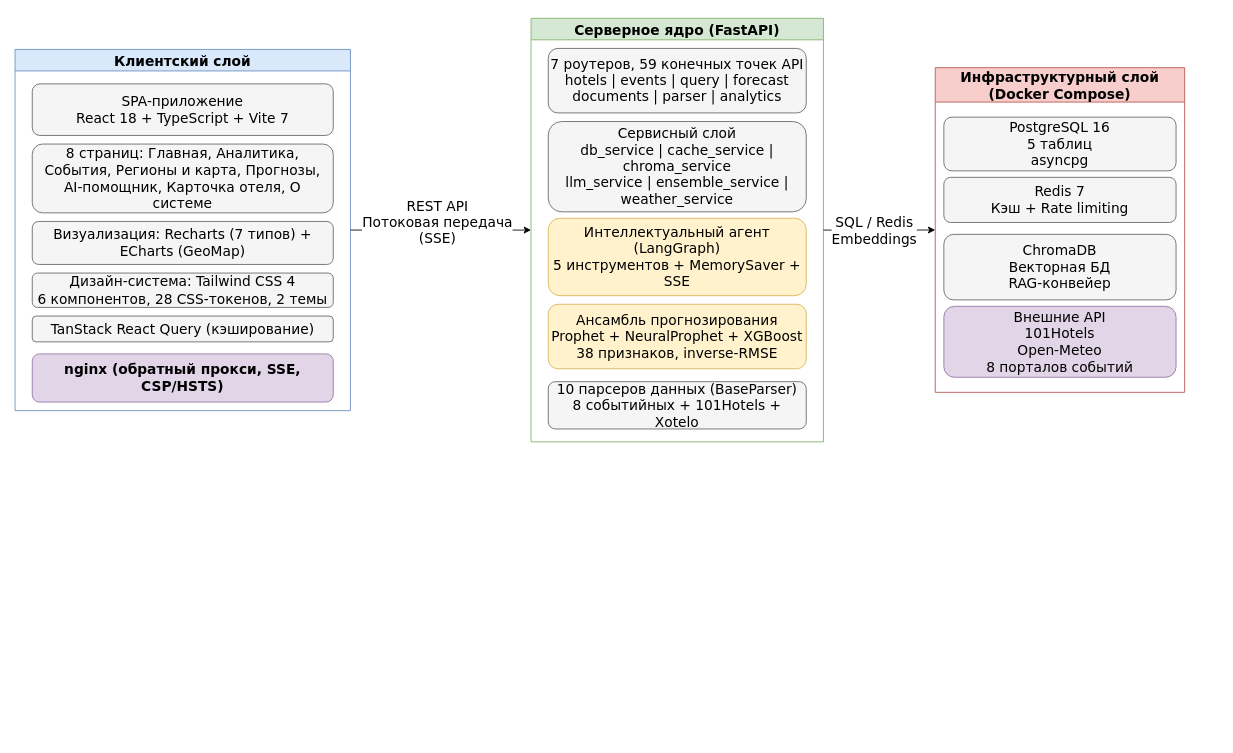
Before: docs/vkr/figures/figure_1_architecture.drawio in Vad1mah/irkutsk-tourism-ias, a draw.io diagram. Source tidied: cells renumbered, new cells numbered last; positions are measured from the earlier drawing's top-left corner, leaving out a move shared by most shapes. Both pictures are drawn from the tidied source at 86%, with x=0, y=0 at pixel (15, 18).
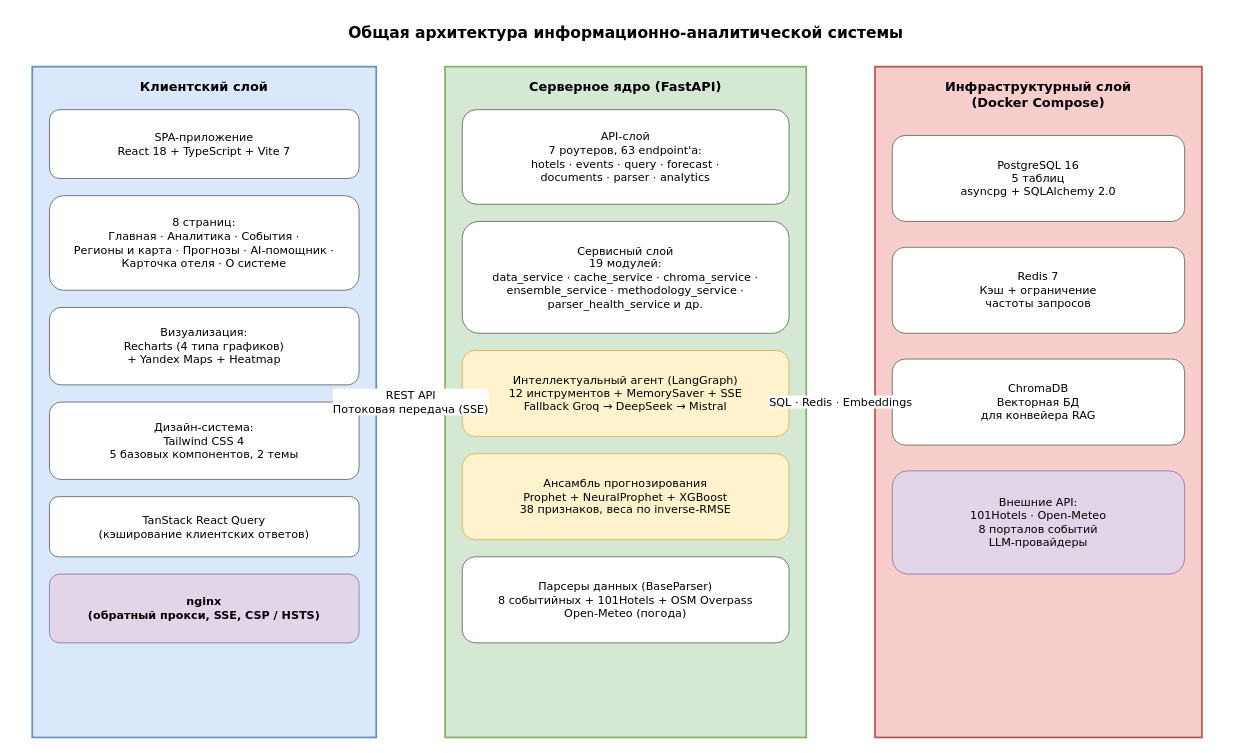
After the change.

The edit, as a diff of the source:
```diff
@@
+    <mxCell id="24" value="Общая архитектура информационно-аналитической системы" style="text;html=1;align=center;verticalAlign=middle;fontFamily=Verdana;fontSize=18;fontStyle=1;fillColor=none;strokeColor=none;" parent="1" vertex="1">
+      <mxGeometry x="20" y="-4" width="1380" height="40" as="geometry" />
+    </mxCell>
-    <mxCell id="2" value="Клиентский слой" style="swimlane;startSize=25;fillColor=#dae8fc;strokeColor=#6c8ebf;fontStyle=1;fontSize=16;fontFamily=Verdana;" parent="1" vertex="1">
-      <mxGeometry y="36" width="390" height="420" as="geometry" />
+    <mxCell id="2" value="Клиентский слой" style="rounded=0;whiteSpace=wrap;html=1;fillColor=#dae8fc;strokeColor=#6c8ebf;strokeWidth=2;verticalAlign=top;align=center;fontFamily=Verdana;fontSize=15;fontStyle=1;spacingTop=8;" parent="1" vertex="1">
+      <mxGeometry x="20" y="56" width="400" height="780" as="geometry" />
     </mxCell>
-    <mxCell id="3" value="SPA-приложение&#10;React 18 + TypeScript + Vite 7" style="rounded=1;whiteSpace=wrap;html=1;fillColor=#f5f5f5;strokeColor=#666666;fontFamily=Verdana;fontSize=16;" parent="2" vertex="1">
-      <mxGeometry x="20" y="40" width="350" height="60" as="geometry" />
+    <mxCell id="3" value="SPA-приложение&#10;React 18 + TypeScript + Vite 7" style="rounded=1;whiteSpace=wrap;html=1;fillColor=#ffffff;strokeColor=#666666;fontFamily=Verdana;fontSize=13;align=center;verticalAlign=middle;" parent="1" vertex="1">
+      <mxGeometry x="40" y="106" width="360" height="80" as="geometry" />
     </mxCell>
-    <mxCell id="4" value="8 страниц: Главная, Аналитика,&#10;События, Регионы и карта, Прогнозы,&#10;AI-помощник, Карточка отеля, О системе" style="rounded=1;whiteSpace=wrap;html=1;fillColor=#f5f5f5;strokeColor=#666666;fontFamily=Verdana;fontSize=16;" parent="2" vertex="1">
-      <mxGeometry x="20" y="110" width="350" height="80" as="geometry" />
+    <mxCell id="4" value="8 страниц:&#10;Главная · Аналитика · События ·&#10;Регионы и карта · Прогнозы · AI-помощник ·&#10;Карточка отеля · О системе" style="rounded=1;whiteSpace=wrap;html=1;fillColor=#ffffff;strokeColor=#666666;fontFamily=Verdana;fontSize=13;align=center;verticalAlign=middle;" parent="1" vertex="1">
+      <mxGeometry x="40" y="206" width="360" height="110" as="geometry" />
     </mxCell>
-    <mxCell id="5" value="Визуализация: Recharts (7 типов) + ECharts (GeoMap)" style="rounded=1;whiteSpace=wrap;html=1;fillColor=#f5f5f5;strokeColor=#666666;fontFamily=Verdana;fontSize=16;" parent="2" vertex="1">
-      <mxGeometry x="20" y="200" width="350" height="50" as="geometry" />
+    <mxCell id="5" value="Визуализация:&#10;Recharts (4 типа графиков)&#10;+ Yandex Maps + Heatmap" style="rounded=1;whiteSpace=wrap;html=1;fillColor=#ffffff;strokeColor=#666666;fontFamily=Verdana;fontSize=13;align=center;verticalAlign=middle;" parent="1" vertex="1">
+      <mxGeometry x="40" y="336" width="360" height="90" as="geometry" />
     </mxCell>
-    <mxCell id="6" value="Дизайн-система: Tailwind CSS 4&#10;6 компонентов, 28 CSS-токенов, 2 темы" style="rounded=1;whiteSpace=wrap;html=1;fillColor=#f5f5f5;strokeColor=#666666;fontFamily=Verdana;fontSize=16;" parent="2" vertex="1">
-      <mxGeometry x="20" y="260" width="350" height="40" as="geometry" />
+    <mxCell id="6" value="Дизайн-система:&#10;Tailwind CSS 4&#10;5 базовых компонентов, 2 темы" style="rounded=1;whiteSpace=wrap;html=1;fillColor=#ffffff;strokeColor=#666666;fontFamily=Verdana;fontSize=13;align=center;verticalAlign=middle;" parent="1" vertex="1">
+      <mxGeometry x="40" y="446" width="360" height="90" as="geometry" />
     </mxCell>
-    <mxCell id="7" value="TanStack React Query (кэширование)" style="rounded=1;whiteSpace=wrap;html=1;fillColor=#f5f5f5;strokeColor=#666666;fontFamily=Verdana;fontSize=16;" parent="2" vertex="1">
-      <mxGeometry x="20" y="310" width="350" height="30" as="geometry" />
+    <mxCell id="7" value="TanStack React Query&#10;(кэширование клиентских ответов)" style="rounded=1;whiteSpace=wrap;html=1;fillColor=#ffffff;strokeColor=#666666;fontFamily=Verdana;fontSize=13;align=center;verticalAlign=middle;" parent="1" vertex="1">
+      <mxGeometry x="40" y="556" width="360" height="70" as="geometry" />
     </mxCell>
-    <mxCell id="8" value="nginx (обратный прокси, SSE, CSP/HSTS)" style="rounded=1;whiteSpace=wrap;html=1;fillColor=#e1d5e7;strokeColor=#9673a6;fontFamily=Verdana;fontSize=16;fontStyle=1;" parent="2" vertex="1">
-      <mxGeometry x="20" y="354" width="350" height="56" as="geometry" />
+    <mxCell id="8" value="nginx&#10;(обратный прокси, SSE, CSP / HSTS)" style="rounded=1;whiteSpace=wrap;html=1;fillColor=#e1d5e7;strokeColor=#9673a6;fontFamily=Verdana;fontSize=13;fontStyle=1;align=center;verticalAlign=middle;" parent="1" vertex="1">
+      <mxGeometry x="40" y="646" width="360" height="80" as="geometry" />
     </mxCell>
-    <mxCell id="9" value="Серверное ядро (FastAPI)" style="swimlane;startSize=25;fillColor=#d5e8d4;strokeColor=#82b366;fontStyle=1;fontSize=16;fontFamily=Verdana;" parent="1" vertex="1">
-      <mxGeometry x="600" y="-0.2" width="340" height="492.5" as="geometry" />
+    <mxCell id="9" value="Серверное ядро (FastAPI)" style="rounded=0;whiteSpace=wrap;html=1;fillColor=#d5e8d4;strokeColor=#82b366;strokeWidth=2;verticalAlign=top;align=center;fontFamily=Verdana;fontSize=15;fontStyle=1;spacingTop=8;" parent="1" vertex="1">
+      <mxGeometry x="500" y="56" width="420" height="780" as="geometry" />
     </mxCell>
-    <mxCell id="10" value="7 роутеров, 59 конечных точек API&#10;hotels | events | query | forecast&#10;documents | parser | analytics" style="rounded=1;whiteSpace=wrap;html=1;fillColor=#f5f5f5;strokeColor=#666666;fontFamily=Verdana;fontSize=16;" parent="9" vertex="1">
-      <mxGeometry x="20" y="35" width="300" height="75" as="geometry" />
+    <mxCell id="10" value="API-слой&#10;7 роутеров, 63 endpoint'а:&#10;hotels · events · query · forecast ·&#10;documents · parser · analytics" style="rounded=1;whiteSpace=wrap;html=1;fillColor=#ffffff;strokeColor=#666666;fontFamily=Verdana;fontSize=13;align=center;verticalAlign=middle;" parent="1" vertex="1">
+      <mxGeometry x="520" y="106" width="380" height="110" as="geometry" />
     </mxCell>
-    <mxCell id="11" value="Сервисный слой&#10;db_service | cache_service | chroma_service&#10;llm_service | ensemble_service | weather_service" style="rounded=1;whiteSpace=wrap;html=1;fillColor=#f5f5f5;strokeColor=#666666;fontFamily=Verdana;fontSize=16;" parent="9" vertex="1">
-      <mxGeometry x="20" y="120" width="300" height="105" as="geometry" />
+    <mxCell id="11" value="Сервисный слой&#10;19 модулей:&#10;data_service · cache_service · chroma_service ·&#10;ensemble_service · methodology_service ·&#10;parser_health_service и др." style="rounded=1;whiteSpace=wrap;html=1;fillColor=#ffffff;strokeColor=#666666;fontFamily=Verdana;fontSize=13;align=center;verticalAlign=middle;" parent="1" vertex="1">
+      <mxGeometry x="520" y="236" width="380" height="130" as="geometry" />
     </mxCell>
-    <mxCell id="12" value="Интеллектуальный агент (LangGraph)&#10;5 инструментов + MemorySaver + SSE" style="rounded=1;whiteSpace=wrap;html=1;fillColor=#fff2cc;strokeColor=#d6b656;fontFamily=Verdana;fontSize=16;" parent="9" vertex="1">
-      <mxGeometry x="20" y="232.5" width="300" height="90" as="geometry" />
+    <mxCell id="12" value="Интеллектуальный агент (LangGraph)&#10;12 инструментов + MemorySaver + SSE&#10;Fallback Groq → DeepSeek → Mistral" style="rounded=1;whiteSpace=wrap;html=1;fillColor=#fff2cc;strokeColor=#d6b656;fontFamily=Verdana;fontSize=13;align=center;verticalAlign=middle;" parent="1" vertex="1">
+      <mxGeometry x="520" y="386" width="380" height="100" as="geometry" />
     </mxCell>
-    <mxCell id="13" value="Ансамбль прогнозирования&#10;Prophet + NeuralProphet + XGBoost&#10;38 признаков, inverse-RMSE" style="rounded=1;whiteSpace=wrap;html=1;fillColor=#fff2cc;strokeColor=#d6b656;fontFamily=Verdana;fontSize=16;" parent="9" vertex="1">
-      <mxGeometry x="20" y="332.5" width="300" height="75" as="geometry" />
+    <mxCell id="13" value="Ансамбль прогнозирования&#10;Prophet + NeuralProphet + XGBoost&#10;38 признаков, веса по inverse-RMSE" style="rounded=1;whiteSpace=wrap;html=1;fillColor=#fff2cc;strokeColor=#d6b656;fontFamily=Verdana;fontSize=13;align=center;verticalAlign=middle;" parent="1" vertex="1">
+      <mxGeometry x="520" y="506" width="380" height="100" as="geometry" />
     </mxCell>
-    <mxCell id="14" value="10 парсеров данных (BaseParser)&#10;8 событийных + 101Hotels + Xotelo" style="rounded=1;whiteSpace=wrap;html=1;fillColor=#f5f5f5;strokeColor=#666666;fontFamily=Verdana;fontSize=16;" parent="9" vertex="1">
-      <mxGeometry x="20" y="422.5" width="300" height="55" as="geometry" />
+    <mxCell id="14" value="Парсеры данных (BaseParser)&#10;8 событийных + 101Hotels + OSM Overpass&#10;Open-Meteo (погода)" style="rounded=1;whiteSpace=wrap;html=1;fillColor=#ffffff;strokeColor=#666666;fontFamily=Verdana;fontSize=13;align=center;verticalAlign=middle;" parent="1" vertex="1">
+      <mxGeometry x="520" y="626" width="380" height="100" as="geometry" />
     </mxCell>
-    <mxCell id="15" value="Инфраструктурный слой&#10;(Docker Compose)" style="swimlane;startSize=40;fillColor=#f8cecc;strokeColor=#b85450;fontStyle=1;fontSize=16;fontFamily=Verdana;" parent="1" vertex="1">
-      <mxGeometry x="1070" y="57.2" width="290" height="377.5" as="geometry" />
+    <mxCell id="15" value="Инфраструктурный слой&#10;(Docker Compose)" style="rounded=0;whiteSpace=wrap;html=1;fillColor=#f8cecc;strokeColor=#b85450;strokeWidth=2;verticalAlign=top;align=center;fontFamily=Verdana;fontSize=15;fontStyle=1;spacingTop=8;" parent="1" vertex="1">
+      <mxGeometry x="1000" y="56" width="380" height="780" as="geometry" />
     </mxCell>
-    <mxCell id="16" value="PostgreSQL 16&#10;5 таблиц&#10;asyncpg" style="rounded=1;whiteSpace=wrap;html=1;fillColor=#f5f5f5;strokeColor=#666666;fontFamily=Verdana;fontSize=16;" parent="15" vertex="1">
-      <mxGeometry x="10" y="57.5" width="270" height="62.5" as="geometry" />
+    <mxCell id="16" value="PostgreSQL 16&#10;5 таблиц&#10;asyncpg + SQLAlchemy 2.0" style="rounded=1;whiteSpace=wrap;html=1;fillColor=#ffffff;strokeColor=#666666;fontFamily=Verdana;fontSize=13;align=center;verticalAlign=middle;" parent="1" vertex="1">
+      <mxGeometry x="1020" y="136" width="340" height="100" as="geometry" />
     </mxCell>
-    <mxCell id="17" value="Redis 7&#10;Кэш + Rate limiting" style="rounded=1;whiteSpace=wrap;html=1;fillColor=#f5f5f5;strokeColor=#666666;fontFamily=Verdana;fontSize=16;" parent="15" vertex="1">
-      <mxGeometry x="10" y="127.5" width="270" height="52.5" as="geometry" />
+    <mxCell id="17" value="Redis 7&#10;Кэш + ограничение&#10;частоты запросов" style="rounded=1;whiteSpace=wrap;html=1;fillColor=#ffffff;strokeColor=#666666;fontFamily=Verdana;fontSize=13;align=center;verticalAlign=middle;" parent="1" vertex="1">
+      <mxGeometry x="1020" y="266" width="340" height="100" as="geometry" />
     </mxCell>
-    <mxCell id="18" value="ChromaDB&#10;Векторная БД&#10;RAG-конвейер" style="rounded=1;whiteSpace=wrap;html=1;fillColor=#f5f5f5;strokeColor=#666666;fontFamily=Verdana;fontSize=16;" parent="15" vertex="1">
-      <mxGeometry x="10" y="193.8" width="270" height="76.2" as="geometry" />
+    <mxCell id="18" value="ChromaDB&#10;Векторная БД&#10;для конвейера RAG" style="rounded=1;whiteSpace=wrap;html=1;fillColor=#ffffff;strokeColor=#666666;fontFamily=Verdana;fontSize=13;align=center;verticalAlign=middle;" parent="1" vertex="1">
+      <mxGeometry x="1020" y="396" width="340" height="100" as="geometry" />
     </mxCell>
-    <mxCell id="19" value="Внешние API&#10;101Hotels&#10;Open-Meteo&#10;8 порталов событий" style="rounded=1;whiteSpace=wrap;html=1;fillColor=#e1d5e7;strokeColor=#9673a6;fontFamily=Verdana;fontSize=16;" parent="15" vertex="1">
-      <mxGeometry x="10" y="277.5" width="270" height="82.5" as="geometry" />
+    <mxCell id="19" value="Внешние API:&#10;101Hotels · Open-Meteo&#10;8 порталов событий&#10;LLM-провайдеры" style="rounded=1;whiteSpace=wrap;html=1;fillColor=#e1d5e7;strokeColor=#9673a6;fontFamily=Verdana;fontSize=13;align=center;verticalAlign=middle;" parent="1" vertex="1">
+      <mxGeometry x="1020" y="526" width="340" height="120" as="geometry" />
     </mxCell>
-    <mxCell id="20" style="edgeStyle=orthogonalEdgeStyle;rounded=0;jettySize=auto;exitX=1;exitY=0.5;exitDx=0;exitDy=0;entryX=0;entryY=0.5;entryDx=0;entryDy=0;fontFamily=Verdana;fontSize=16;" parent="1" edge="1" source="2" target="9">
+    <mxCell id="20" value="REST API&#10;Потоковая передача (SSE)" style="endArrow=classic;html=1;edgeStyle=orthogonalEdgeStyle;exitX=1;exitY=0.5;entryX=0;entryY=0.5;strokeWidth=2;fontFamily=Verdana;fontSize=13;" parent="1" edge="1" source="2" target="9">
       <mxGeometry relative="1" as="geometry" />
     </mxCell>
-    <mxCell id="21" value="REST API&lt;br&gt;Потоковая передача&lt;div&gt;(SSE)&lt;/div&gt;" style="edgeLabel;html=1;align=center;verticalAlign=middle;fontFamily=Verdana;fontSize=16;" parent="20" vertex="1">
-      <mxGeometry x="-0.1" relative="1" as="geometry">
-        <mxPoint x="5" y="-10" as="offset" />
-      </mxGeometry>
-    </mxCell>
-    <mxCell id="22" style="edgeStyle=orthogonalEdgeStyle;rounded=0;jettySize=auto;exitX=1;exitY=0.5;exitDx=0;exitDy=0;entryX=0;entryY=0.5;entryDx=0;entryDy=0;fontFamily=Verdana;fontSize=16;" parent="1" edge="1" source="9" target="15">
+    <mxCell id="22" value="SQL · Redis · Embeddings" style="endArrow=classic;html=1;edgeStyle=orthogonalEdgeStyle;exitX=1;exitY=0.5;entryX=0;entryY=0.5;strokeWidth=2;fontFamily=Verdana;fontSize=13;" parent="1" edge="1" source="9" target="15">
       <mxGeometry relative="1" as="geometry" />
     </mxCell>
-    <mxCell id="23" value="SQL / Redis&#10;Embeddings" style="edgeLabel;html=1;align=center;verticalAlign=middle;fontFamily=Verdana;fontSize=16;" parent="22" vertex="1">
-      <mxGeometry x="-0.1" relative="1" as="geometry" />
-    </mxCell>
```
